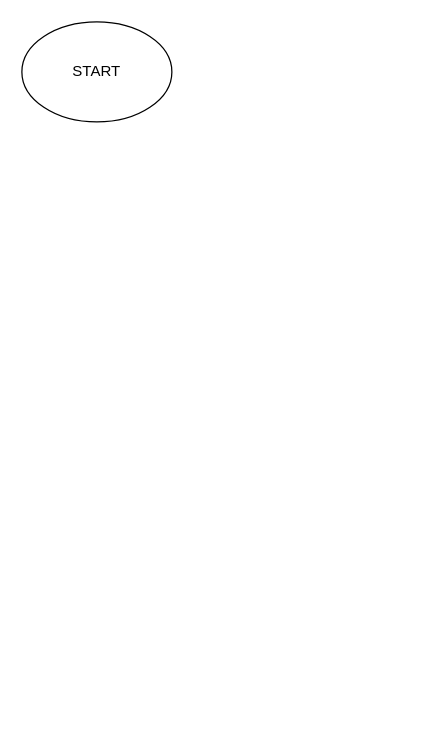
This is flowchart_lab2.drawio from robs2002/ISE_lab, a draw.io file, before an edit. Source tidied: cells renumbered, new cells numbered last; positions are measured from the earlier drawing's top-left corner, leaving out a move shared by most shapes. Both pictures are drawn from the tidied source at 125%, with x=0, y=0 at pixel (21, 21).
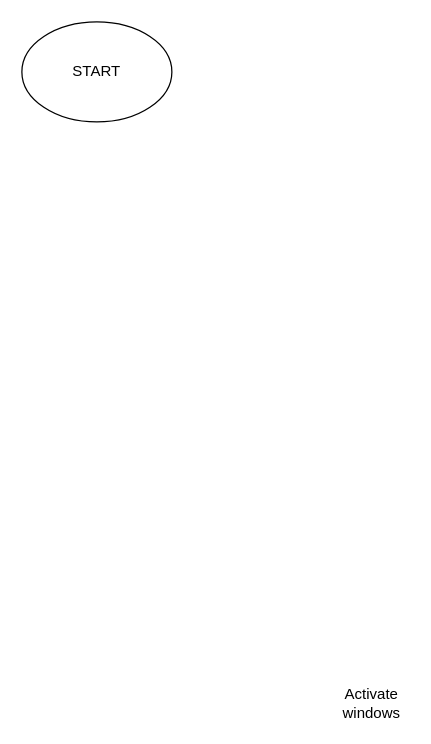
The same page after the edit.

Diff of the diagram source:
```diff
@@
 <mxGraphModel>
   <root>
     <mxCell id="0" />
     <mxCell id="1" parent="0" />
     <mxCell id="2" value="START" style="ellipse;whiteSpace=wrap;html=1;" parent="1" vertex="1">
       <mxGeometry width="120" height="80" as="geometry" />
     </mxCell>
+    <mxCell id="3" value="Activate windows" style="text;html=1;strokeColor=none;fillColor=none;align=center;verticalAlign=middle;whiteSpace=wrap;rounded=0;" parent="1" vertex="1">
+      <mxGeometry x="250" y="530" width="60" height="30" as="geometry" />
+    </mxCell>
   </root>
 </mxGraphModel>
```
